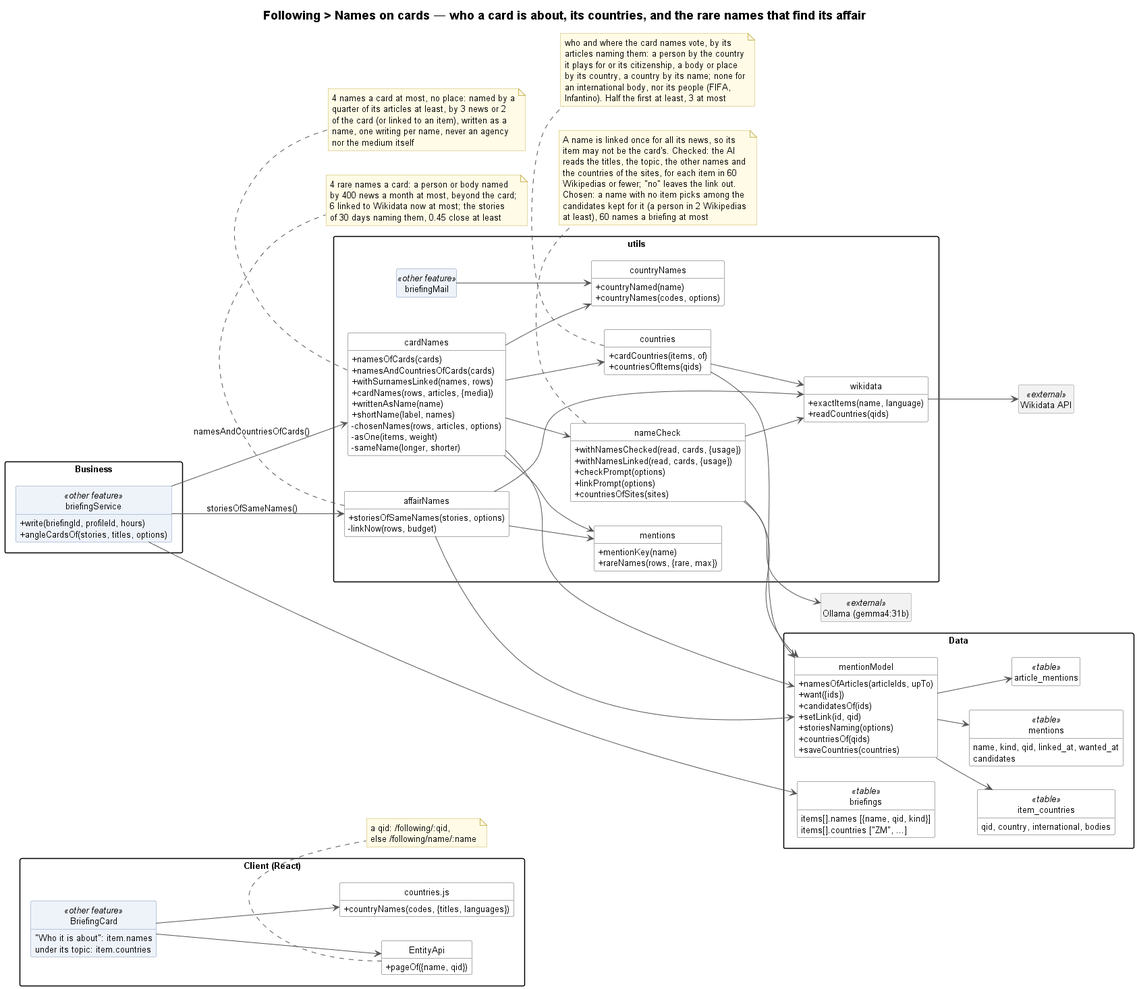
This is docs/following/names-on-cards/following-names-on-cards-class.png from TPI2026-NewsGenerator/NewsGenerator-Backend, a PlantUML export, as it was before one commit.
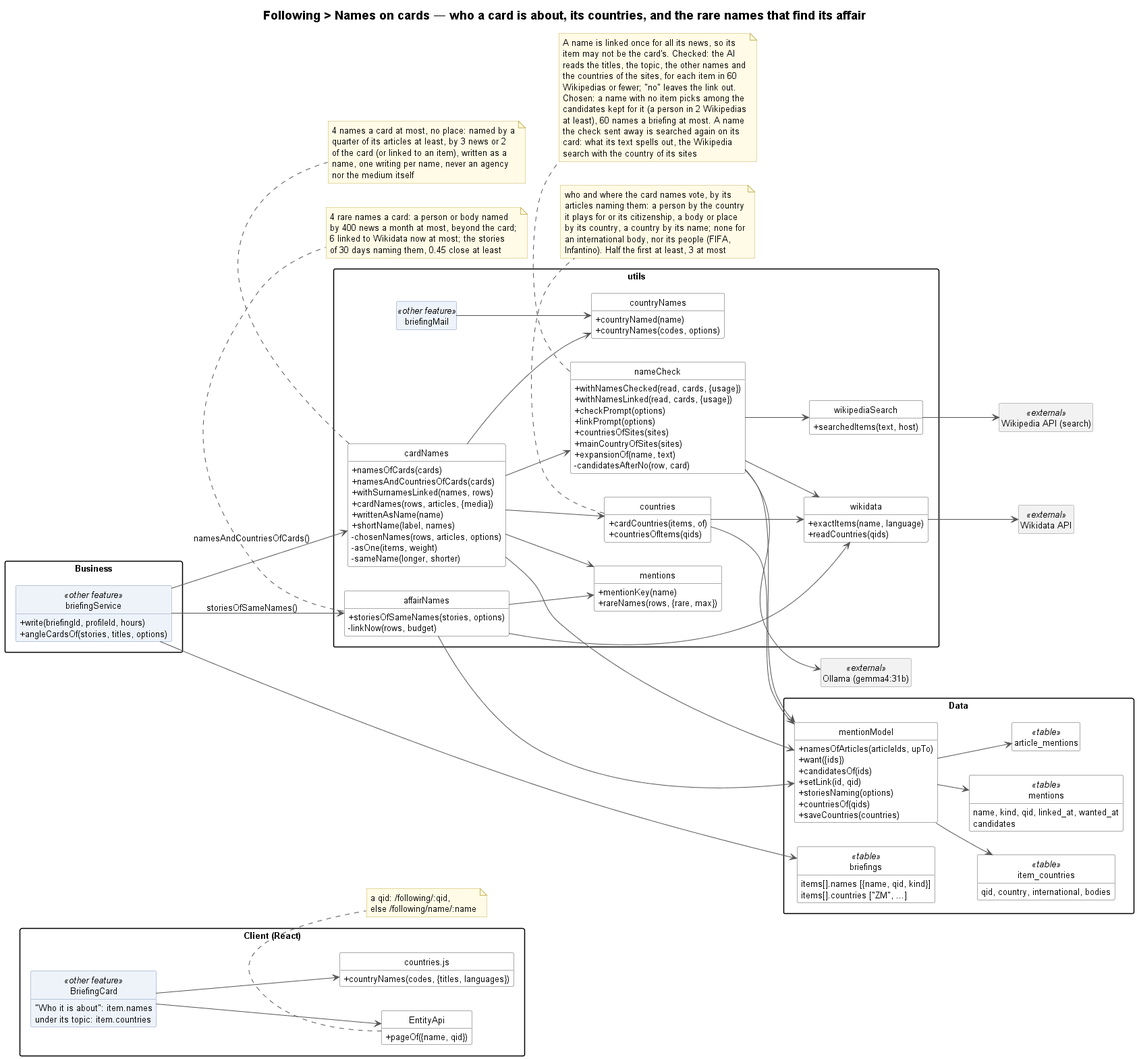
Above is the later version.

The edit, as a diff of the source:
```diff
@@ -45,6 +45,12 @@
         + checkPrompt(options)
         + linkPrompt(options)
         + countriesOfSites(sites)
+        + mainCountryOfSites(sites)
+        + expansionOf(name, text)
+        - candidatesAfterNo(row, card)
+    }
+    class wikipediaSearch {
+        + searchedItems(text, host)
     }
     class affairNames {
         + storiesOfSameNames(stories, options)
@@ -91,7 +97,10 @@
     Wikipedias or fewer; "no" leaves the link out.
     Chosen: a name with no item picks among the
     candidates kept for it (a person in 2 Wikipedias
-    at least), 60 names a briefing at most
+    at least), 60 names a briefing at most. A name
+    the check sent away is searched again on its
+    card: what its text spells out, the Wikipedia
+    search with the country of its sites
 end note
 note bottom of affairNames
     4 rare names a card: a person or body named
@@ -126,6 +135,7 @@
 
 class "Wikidata API" as WikidataApi <<external>>
 class "Ollama (gemma4:31b)" as Ollama <<external>>
+class "Wikipedia API (search)" as WikipediaApi <<external>>
 
 BriefingCard --> EntityApi
 BriefingCard --> countriesJs
@@ -133,6 +143,8 @@
 briefingMail --> countryNames
 cardNames --> countries
 cardNames --> nameCheck
+nameCheck --> wikipediaSearch
+wikipediaSearch --> WikipediaApi
 nameCheck --> wikidata
 nameCheck --> mentionModel
 nameCheck --> Ollama
```
